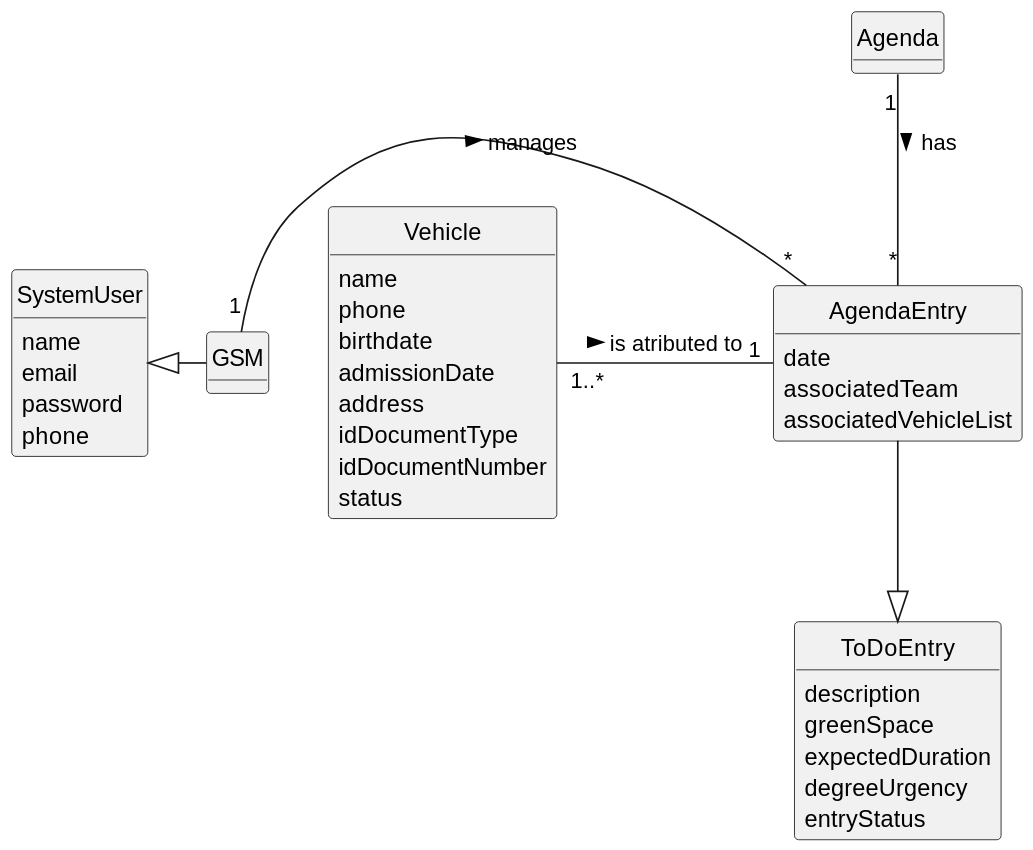
Above: docs/sprintC/us026/02.analysis/svg/us026-domain-model--0.svg in Departamento-de-Engenharia-Informatica/lei-24-s2-1do-g164 (PlantUML), before the change. Its diagram source:
```plantuml
@startuml
skinparam monochrome true
skinparam packageStyle rectangle
skinparam shadowing false


skinparam classAttributeIconSize 0

hide circle
hide methods

class SystemUser {
    name
    email
    password
    phone

}
class Agenda {
}


class AgendaEntry {
    date
    associatedTeam
    associatedVehicleList
}
class Vehicle{
      name
      phone
      birthdate
      admissionDate
      address
      idDocumentType
      idDocumentNumber
      status
}




class ToDoEntry{
    description
         greenSpace
         expectedDuration
         degreeUrgency
         entryStatus
}
class GSM {
}


SystemUser <|- GSM
Vehicle "1..*" - "1" AgendaEntry: is atributed to >
AgendaEntry --|> ToDoEntry
Agenda "1" -- "*" AgendaEntry : has >
GSM"1" - "*" AgendaEntry: manages >
@enduml
```
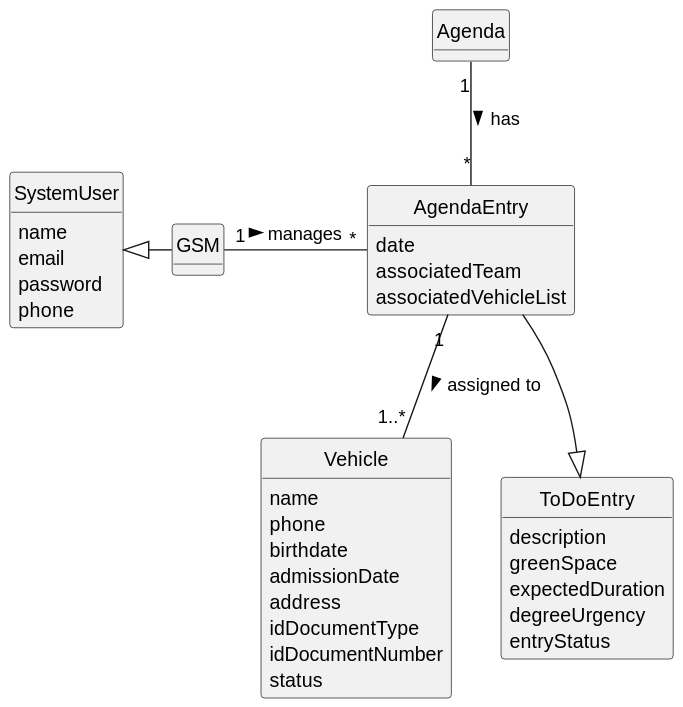
After the commit.

What changed in the source:
```diff
@@ -51,7 +51,7 @@
 
 
 SystemUser <|- GSM
-Vehicle "1..*" - "1" AgendaEntry: is atributed to >
+AgendaEntry"1"-- "1..*" Vehicle: assigned to >
 AgendaEntry --|> ToDoEntry
 Agenda "1" -- "*" AgendaEntry : has >
 GSM"1" - "*" AgendaEntry: manages >
```
